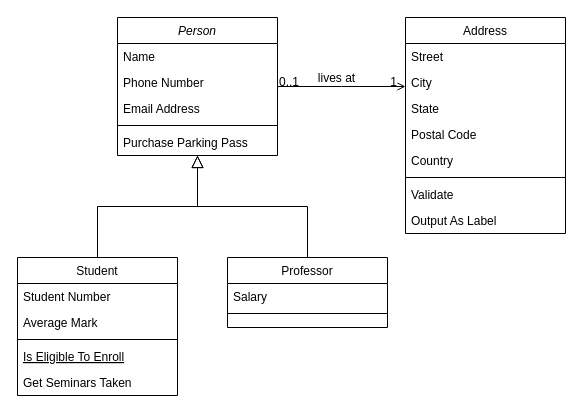
Above: Diagrama sem nome.drawio in Scrilach1/ProjetoGit (draw.io), before the change. Source tidied: cells renumbered, new cells numbered last; positions are measured from the earlier drawing's top-left corner, leaving out a move shared by most shapes. Both pictures are drawn from the tidied source at 100%, with x=0, y=0 at pixel (17, 17).
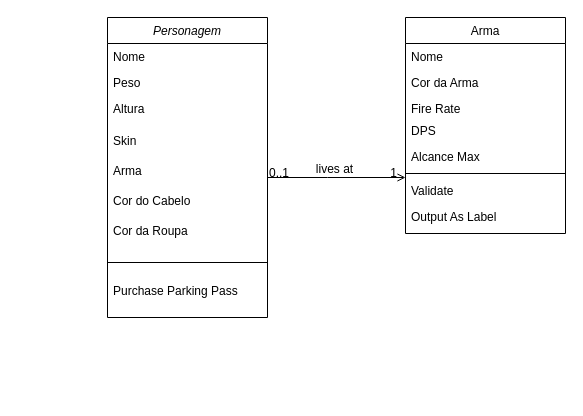
The same page after the edit.

The edit, as a diff of the source:
```diff
@@
-    <mxCell id="2" value="Person" style="swimlane;fontStyle=2;align=center;verticalAlign=top;horizontal=1;startSize=26;rounded=0;shadow=0;strokeWidth=1;" parent="1" vertex="1">
-      <mxGeometry x="100" width="160" height="138" as="geometry" />
+    <mxCell id="2" value="Personagem&#10;" style="swimlane;fontStyle=2;align=center;verticalAlign=top;horizontal=1;startSize=26;rounded=0;shadow=0;strokeWidth=1;" parent="1" vertex="1">
+      <mxGeometry x="90" width="160" height="300" as="geometry" />
     </mxCell>
-    <mxCell id="3" value="Name" style="text;align=left;verticalAlign=top;spacingLeft=4;spacingRight=4;overflow=hidden;" parent="2" vertex="1">
+    <mxCell id="3" value="Nome&#10;" style="text;align=left;verticalAlign=top;spacingLeft=4;spacingRight=4;overflow=hidden;" parent="2" vertex="1">
       <mxGeometry y="26" width="160" height="26" as="geometry" />
     </mxCell>
+    <mxCell id="5" value="Peso&#10;" style="text;align=left;verticalAlign=top;spacingLeft=4;spacingRight=4;overflow=hidden;rounded=0;shadow=0;html=0;" parent="2" vertex="1">
+      <mxGeometry y="52" width="160" height="26" as="geometry" />
+    </mxCell>
-    <mxCell id="4" value="Phone Number" style="text;align=left;verticalAlign=top;spacingLeft=4;spacingRight=4;overflow=hidden;rounded=0;shadow=0;html=0;" parent="2" vertex="1">
-      <mxGeometry y="52" width="160" height="26" as="geometry" />
+    <mxCell id="4" value="Altura&#10;" style="text;align=left;verticalAlign=top;spacingLeft=4;spacingRight=4;overflow=hidden;rounded=0;shadow=0;html=0;" parent="2" vertex="1">
+      <mxGeometry y="78" width="160" height="32" as="geometry" />
     </mxCell>
-    <mxCell id="5" value="Email Address" style="text;align=left;verticalAlign=top;spacingLeft=4;spacingRight=4;overflow=hidden;rounded=0;shadow=0;html=0;" parent="2" vertex="1">
-      <mxGeometry y="78" width="160" height="26" as="geometry" />
-    </mxCell>
+    <mxCell id="32" value="Skin&#10;" style="text;align=left;verticalAlign=top;spacingLeft=4;spacingRight=4;overflow=hidden;rounded=0;shadow=0;html=0;" parent="2" vertex="1">
+      <mxGeometry y="110" width="160" height="30" as="geometry" />
+    </mxCell>
+    <mxCell id="33" value="Arma&#10;" style="text;align=left;verticalAlign=top;spacingLeft=4;spacingRight=4;overflow=hidden;rounded=0;shadow=0;html=0;" parent="2" vertex="1">
+      <mxGeometry y="140" width="160" height="30" as="geometry" />
+    </mxCell>
+    <mxCell id="34" value="Cor do Cabelo&#10;" style="text;align=left;verticalAlign=top;spacingLeft=4;spacingRight=4;overflow=hidden;rounded=0;shadow=0;html=0;" parent="2" vertex="1">
+      <mxGeometry y="170" width="160" height="30" as="geometry" />
+    </mxCell>
+    <mxCell id="35" value="Cor da Roupa" style="text;align=left;verticalAlign=top;spacingLeft=4;spacingRight=4;overflow=hidden;rounded=0;shadow=0;html=0;" parent="2" vertex="1">
+      <mxGeometry y="200" width="160" height="30" as="geometry" />
+    </mxCell>
     <mxCell id="6" style="line;html=1;strokeWidth=1;align=left;verticalAlign=middle;spacingTop=-1;spacingLeft=3;spacingRight=3;labelPosition=right;" parent="2" vertex="1">
-      <mxGeometry y="104" width="160" height="8" as="geometry" />
+      <mxGeometry y="230" width="160" height="30" as="geometry" />
     </mxCell>
     <mxCell id="7" value="Purchase Parking Pass" style="text;align=left;verticalAlign=top;spacingLeft=4;spacingRight=4;overflow=hidden;" parent="2" vertex="1">
-      <mxGeometry y="112" width="160" height="26" as="geometry" />
+      <mxGeometry y="260" width="160" height="40" as="geometry" />
     </mxCell>
-    <mxCell id="8" value="Student" style="swimlane;fontStyle=0;align=center;verticalAlign=top;horizontal=1;startSize=26;rounded=0;shadow=0;strokeWidth=1;" parent="1" vertex="1">
-      <mxGeometry y="240" width="160" height="138" as="geometry" />
-    </mxCell>
-    <mxCell id="9" value="Student Number" style="text;align=left;verticalAlign=top;spacingLeft=4;spacingRight=4;overflow=hidden;" parent="8" vertex="1">
-      <mxGeometry y="26" width="160" height="26" as="geometry" />
-    </mxCell>
-    <mxCell id="10" value="Average Mark" style="text;align=left;verticalAlign=top;spacingLeft=4;spacingRight=4;overflow=hidden;rounded=0;shadow=0;html=0;" parent="8" vertex="1">
-      <mxGeometry y="52" width="160" height="26" as="geometry" />
-    </mxCell>
-    <mxCell id="11" style="line;html=1;strokeWidth=1;align=left;verticalAlign=middle;spacingTop=-1;spacingLeft=3;spacingRight=3;labelPosition=right;" parent="8" vertex="1">
-      <mxGeometry y="78" width="160" height="8" as="geometry" />
-    </mxCell>
-    <mxCell id="12" value="Is Eligible To Enroll" style="text;align=left;verticalAlign=top;spacingLeft=4;spacingRight=4;overflow=hidden;fontStyle=4;" parent="8" vertex="1">
-      <mxGeometry y="86" width="160" height="26" as="geometry" />
-    </mxCell>
-    <mxCell id="13" value="Get Seminars Taken" style="text;align=left;verticalAlign=top;spacingLeft=4;spacingRight=4;overflow=hidden;" parent="8" vertex="1">
-      <mxGeometry y="112" width="160" height="26" as="geometry" />
-    </mxCell>
-    <mxCell id="14" style="endArrow=block;endSize=10;endFill=0;shadow=0;strokeWidth=1;rounded=0;edgeStyle=elbowEdgeStyle;elbow=vertical;" parent="1" edge="1" source="8" target="2">
-      <mxGeometry relative="1" as="geometry" />
-    </mxCell>
-    <mxCell id="15" value="Professor" style="swimlane;fontStyle=0;align=center;verticalAlign=top;horizontal=1;startSize=26;rounded=0;shadow=0;strokeWidth=1;" parent="1" vertex="1">
-      <mxGeometry x="210" y="240" width="160" height="70" as="geometry" />
-    </mxCell>
-    <mxCell id="16" value="Salary" style="text;align=left;verticalAlign=top;spacingLeft=4;spacingRight=4;overflow=hidden;" parent="15" vertex="1">
-      <mxGeometry y="26" width="160" height="26" as="geometry" />
-    </mxCell>
-    <mxCell id="17" style="line;html=1;strokeWidth=1;align=left;verticalAlign=middle;spacingTop=-1;spacingLeft=3;spacingRight=3;labelPosition=right;" parent="15" vertex="1">
-      <mxGeometry y="52" width="160" height="8" as="geometry" />
-    </mxCell>
-    <mxCell id="18" style="endArrow=block;endSize=10;endFill=0;shadow=0;strokeWidth=1;rounded=0;edgeStyle=elbowEdgeStyle;elbow=vertical;" parent="1" edge="1" source="15" target="2">
-      <mxGeometry relative="1" as="geometry" />
-    </mxCell>
-    <mxCell id="19" value="Address" style="swimlane;fontStyle=0;align=center;verticalAlign=top;horizontal=1;startSize=26;rounded=0;shadow=0;strokeWidth=1;" parent="1" vertex="1">
+    <mxCell id="19" value="Arma&#10;" style="swimlane;fontStyle=0;align=center;verticalAlign=top;horizontal=1;startSize=26;rounded=0;shadow=0;strokeWidth=1;" parent="1" vertex="1">
       <mxGeometry x="388" width="160" height="216" as="geometry" />
     </mxCell>
-    <mxCell id="20" value="Street" style="text;align=left;verticalAlign=top;spacingLeft=4;spacingRight=4;overflow=hidden;" parent="19" vertex="1">
+    <mxCell id="20" value="Nome" style="text;align=left;verticalAlign=top;spacingLeft=4;spacingRight=4;overflow=hidden;" parent="19" vertex="1">
       <mxGeometry y="26" width="160" height="26" as="geometry" />
     </mxCell>
-    <mxCell id="21" value="City" style="text;align=left;verticalAlign=top;spacingLeft=4;spacingRight=4;overflow=hidden;rounded=0;shadow=0;html=0;" parent="19" vertex="1">
+    <mxCell id="21" value="Cor da Arma" style="text;align=left;verticalAlign=top;spacingLeft=4;spacingRight=4;overflow=hidden;rounded=0;shadow=0;html=0;" parent="19" vertex="1">
       <mxGeometry y="52" width="160" height="26" as="geometry" />
     </mxCell>
-    <mxCell id="22" value="State" style="text;align=left;verticalAlign=top;spacingLeft=4;spacingRight=4;overflow=hidden;rounded=0;shadow=0;html=0;" parent="19" vertex="1">
-      <mxGeometry y="78" width="160" height="26" as="geometry" />
+    <mxCell id="22" value="Fire Rate" style="text;align=left;verticalAlign=top;spacingLeft=4;spacingRight=4;overflow=hidden;rounded=0;shadow=0;html=0;" parent="19" vertex="1">
+      <mxGeometry y="78" width="160" height="22" as="geometry" />
     </mxCell>
-    <mxCell id="23" value="Postal Code" style="text;align=left;verticalAlign=top;spacingLeft=4;spacingRight=4;overflow=hidden;rounded=0;shadow=0;html=0;" parent="19" vertex="1">
-      <mxGeometry y="104" width="160" height="26" as="geometry" />
+    <mxCell id="23" value="DPS" style="text;align=left;verticalAlign=top;spacingLeft=4;spacingRight=4;overflow=hidden;rounded=0;shadow=0;html=0;" parent="19" vertex="1">
+      <mxGeometry y="100" width="160" height="26" as="geometry" />
     </mxCell>
-    <mxCell id="24" value="Country" style="text;align=left;verticalAlign=top;spacingLeft=4;spacingRight=4;overflow=hidden;rounded=0;shadow=0;html=0;" parent="19" vertex="1">
-      <mxGeometry y="130" width="160" height="26" as="geometry" />
+    <mxCell id="24" value="Alcance Max" style="text;align=left;verticalAlign=top;spacingLeft=4;spacingRight=4;overflow=hidden;rounded=0;shadow=0;html=0;" parent="19" vertex="1">
+      <mxGeometry y="126" width="160" height="26" as="geometry" />
     </mxCell>
     <mxCell id="25" style="line;html=1;strokeWidth=1;align=left;verticalAlign=middle;spacingTop=-1;spacingLeft=3;spacingRight=3;labelPosition=right;" parent="19" vertex="1">
-      <mxGeometry y="156" width="160" height="8" as="geometry" />
+      <mxGeometry y="152" width="160" height="8" as="geometry" />
     </mxCell>
     <mxCell id="26" value="Validate" style="text;align=left;verticalAlign=top;spacingLeft=4;spacingRight=4;overflow=hidden;" parent="19" vertex="1">
-      <mxGeometry y="164" width="160" height="26" as="geometry" />
+      <mxGeometry y="160" width="160" height="26" as="geometry" />
     </mxCell>
     <mxCell id="27" value="Output As Label" style="text;align=left;verticalAlign=top;spacingLeft=4;spacingRight=4;overflow=hidden;" parent="19" vertex="1">
-      <mxGeometry y="190" width="160" height="26" as="geometry" />
+      <mxGeometry y="186" width="160" height="26" as="geometry" />
     </mxCell>
     <mxCell id="28" style="endArrow=open;shadow=0;strokeWidth=1;rounded=0;endFill=1;edgeStyle=elbowEdgeStyle;elbow=vertical;" parent="1" edge="1" source="2" target="19">
       <mxGeometry x="0.5" y="41" relative="1" as="geometry">
+        <Array as="points">
+          <mxPoint x="310" y="160" />
+        </Array>
         <mxPoint x="-40" y="32" as="offset" />
       </mxGeometry>
     </mxCell>
```
